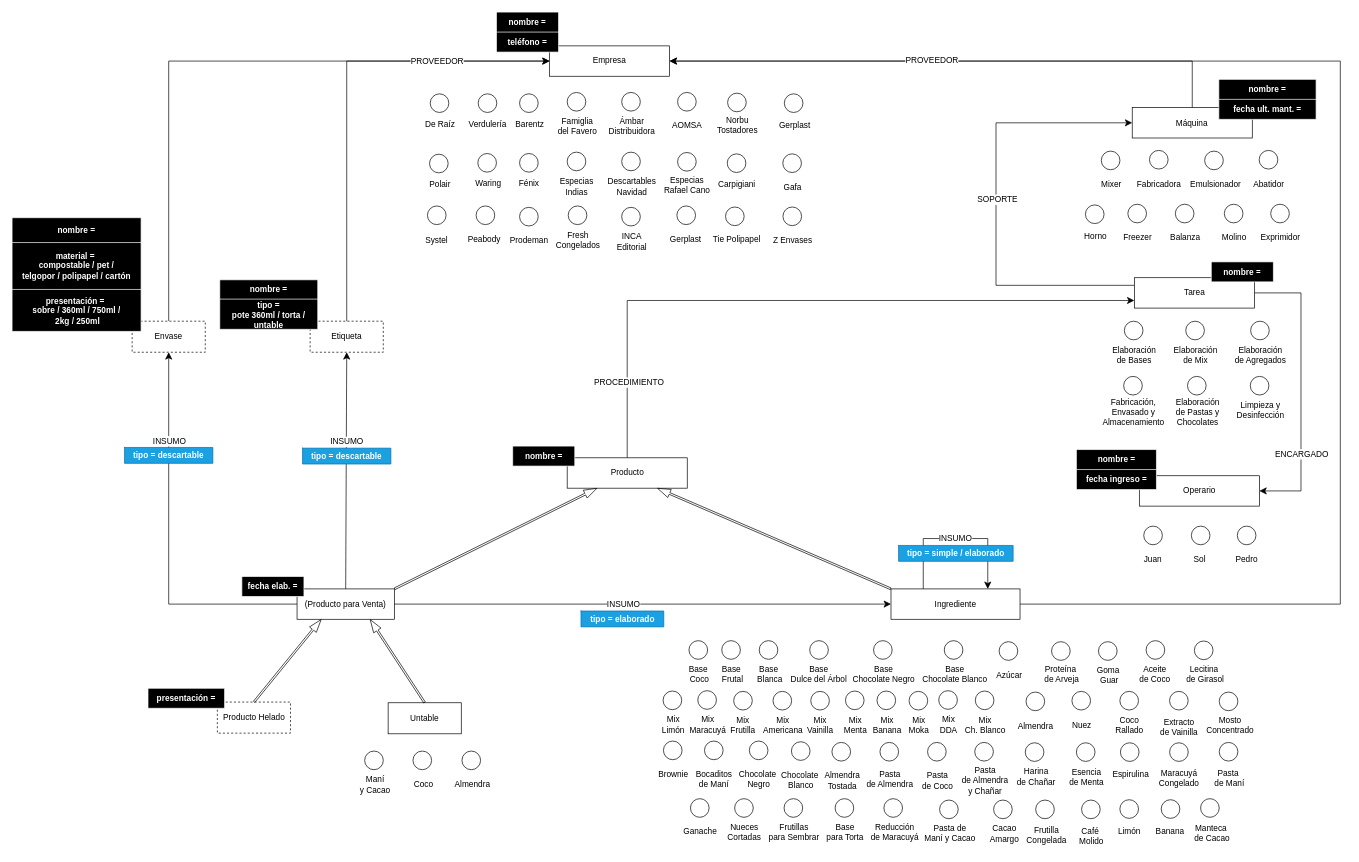
Above: Modelo Heladería.drawio in franualba/diagrams (draw.io), before the change. Source tidied: cells renumbered, new cells numbered last; positions are measured from the earlier drawing's top-left corner, leaving out a move shared by most shapes. Both pictures are drawn from the tidied source at 69%, with x=0, y=0 at pixel (12, 12).
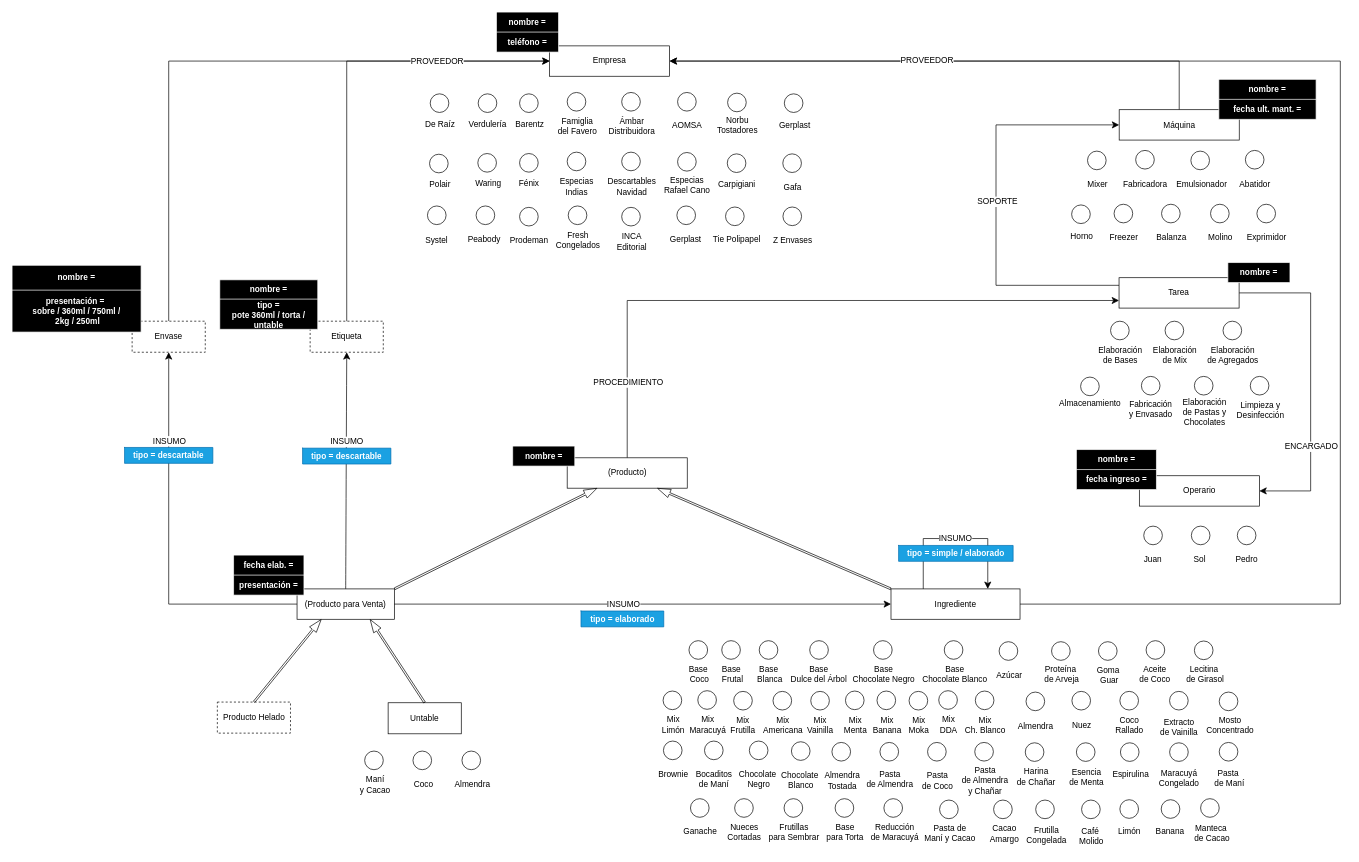
Above is the later version.

Unchanged cells that the change refers to:
```xml
<mxCell id="7" style="edgeStyle=orthogonalEdgeStyle;rounded=0;jettySize=auto;html=1;exitX=0.5;exitY=0;exitDx=0;exitDy=0;entryX=0;entryY=0.75;entryDx=0;entryDy=0;fontSize=12;startSize=8;endSize=8;" parent="1" edge="1" source="274" target="81">
  <mxGeometry relative="1" as="geometry">
    <Array as="points">
      <mxPoint x="892" y="418" />
    </Array>
  </mxGeometry>
</mxCell>
<mxCell id="98" value="Operario" style="rounded=0;whiteSpace=wrap;html=1;" parent="1" vertex="1">
  <mxGeometry x="1633.7" y="672" width="174" height="44" as="geometry" />
</mxCell>
```

The edit, as a diff of the source:
```diff
@@
     <mxCell id="8" value="PROCEDIMIENTO" style="edgeLabel;html=1;align=center;verticalAlign=middle;fontSize=12;" parent="7" vertex="1">
       <mxGeometry x="0.64" y="4" relative="1" as="geometry">
-        <mxPoint x="-560" y="122" as="offset" />
+        <mxPoint x="-542" y="122" as="offset" />
       </mxGeometry>
     </mxCell>
@@
     <mxCell id="77" style="edgeStyle=orthogonalEdgeStyle;rounded=0;jettySize=auto;html=1;exitX=1;exitY=0.5;exitDx=0;exitDy=0;entryX=1;entryY=0.5;entryDx=0;entryDy=0;fontSize=12;startSize=8;endSize=8;" parent="1" edge="1" source="81" target="98">
       <mxGeometry relative="1" as="geometry">
         <Array as="points">
-          <mxPoint x="1868" y="407" />
-          <mxPoint x="1868" y="694" />
+          <mxPoint x="1882" y="407" />
+          <mxPoint x="1882" y="694" />
         </Array>
       </mxGeometry>
     </mxCell>
@@
-    <mxCell id="79" style="edgeStyle=orthogonalEdgeStyle;rounded=0;jettySize=auto;html=1;exitX=0;exitY=0.25;exitDx=0;exitDy=0;entryX=0;entryY=0.5;entryDx=0;entryDy=0;fontSize=12;startSize=8;endSize=8;" parent="1" edge="1" source="81" target="120">
+    <mxCell id="79" style="edgeStyle=orthogonalEdgeStyle;rounded=0;jettySize=auto;html=1;exitX=0;exitY=0.25;exitDx=0;exitDy=0;fontSize=12;startSize=8;endSize=8;entryX=0;entryY=0.5;entryDx=0;entryDy=0;" parent="1" edge="1" source="81" target="120">
       <mxGeometry relative="1" as="geometry">
         <Array as="points">
           <mxPoint x="1426" y="396" />
-          <mxPoint x="1426" y="161" />
+          <mxPoint x="1426" y="164" />
+          <mxPoint x="1604" y="164" />
         </Array>
       </mxGeometry>
     </mxCell>
     <mxCell id="80" value="SOPORTE" style="edgeLabel;html=1;align=center;verticalAlign=middle;fontSize=12;" parent="79" vertex="1">
       <mxGeometry x="0.52" y="2" relative="1" as="geometry">
-        <mxPoint x="-44" y="113" as="offset" />
+        <mxPoint x="-36" y="113" as="offset" />
       </mxGeometry>
     </mxCell>
     <mxCell id="81" value="Tarea" style="rounded=0;whiteSpace=wrap;html=1;" parent="1" vertex="1">
-      <mxGeometry x="1626.5" y="385" width="174" height="44" as="geometry" />
+      <mxGeometry x="1604.3" y="385" width="174" height="44" as="geometry" />
     </mxCell>
@@
     <mxCell id="86" style="ellipse;whiteSpace=wrap;html=1;" parent="1" vertex="1">
-      <mxGeometry x="1612" y="448" width="27" height="27" as="geometry" />
+      <mxGeometry x="1592" y="448" width="27" height="27" as="geometry" />
     </mxCell>
     <mxCell id="87" value="&lt;div&gt;Elaboración&lt;/div&gt;&lt;div&gt;de Bases&lt;br&gt;&lt;/div&gt;" style="text;html=1;align=center;verticalAlign=middle;strokeColor=none;fillColor=none;fontSize=12;" parent="1" vertex="1">
-      <mxGeometry x="1585.5" y="476" width="81" height="41" as="geometry" />
+      <mxGeometry x="1565.5" y="476" width="81" height="41" as="geometry" />
     </mxCell>
     <mxCell id="88" style="ellipse;whiteSpace=wrap;html=1;" parent="1" vertex="1">
-      <mxGeometry x="1701" y="448" width="27" height="27" as="geometry" />
+      <mxGeometry x="1671" y="448" width="27" height="27" as="geometry" />
     </mxCell>
     <mxCell id="89" value="&lt;div&gt;Elaboración&lt;/div&gt;&lt;div&gt;de Mix&lt;br&gt;&lt;/div&gt;" style="text;html=1;align=center;verticalAlign=middle;strokeColor=none;fillColor=none;fontSize=12;" parent="1" vertex="1">
-      <mxGeometry x="1674.5" y="476" width="81" height="41" as="geometry" />
+      <mxGeometry x="1644.5" y="476" width="81" height="41" as="geometry" />
     </mxCell>
     <mxCell id="90" style="ellipse;whiteSpace=wrap;html=1;" parent="1" vertex="1">
-      <mxGeometry x="1611" y="528" width="27" height="27" as="geometry" />
+      <mxGeometry x="1636.7" y="528" width="27" height="27" as="geometry" />
     </mxCell>
-    <mxCell id="91" value="&lt;div&gt;Fabricación, &lt;br&gt;&lt;/div&gt;&lt;div&gt;Envasado y&lt;/div&gt;&lt;div&gt;Almacenamiento&lt;/div&gt;" style="text;html=1;align=center;verticalAlign=middle;strokeColor=none;fillColor=none;fontSize=12;" parent="1" vertex="1">
-      <mxGeometry x="1571.5" y="552" width="107" height="55" as="geometry" />
+    <mxCell id="91" value="&lt;div&gt;Fabricación &lt;br&gt;&lt;/div&gt;&lt;div&gt;y Envasado&lt;br&gt;&lt;/div&gt;" style="text;html=1;align=center;verticalAlign=middle;strokeColor=none;fillColor=none;fontSize=12;" parent="1" vertex="1">
+      <mxGeometry x="1609.7" y="555" width="81" height="41" as="geometry" />
     </mxCell>
     <mxCell id="92" style="ellipse;whiteSpace=wrap;html=1;" parent="1" vertex="1">
-      <mxGeometry x="1795" y="448" width="27" height="27" as="geometry" />
+      <mxGeometry x="1755" y="448" width="27" height="27" as="geometry" />
     </mxCell>
     <mxCell id="93" value="&lt;div&gt;Elaboración&lt;/div&gt;&lt;div&gt;de Agregados&lt;br&gt;&lt;/div&gt;" style="text;html=1;align=center;verticalAlign=middle;strokeColor=none;fillColor=none;fontSize=12;" parent="1" vertex="1">
-      <mxGeometry x="1762.5" y="476" width="93" height="41" as="geometry" />
+      <mxGeometry x="1722.5" y="476" width="93" height="41" as="geometry" />
     </mxCell>
     <mxCell id="94" style="ellipse;whiteSpace=wrap;html=1;" parent="1" vertex="1">
-      <mxGeometry x="1703.5" y="528" width="27" height="27" as="geometry" />
+      <mxGeometry x="1713.5" y="528" width="27" height="27" as="geometry" />
     </mxCell>
     <mxCell id="95" value="&lt;div&gt;Elaboración&lt;/div&gt;&lt;div&gt;de Pastas y&lt;/div&gt;&lt;div&gt;Chocolates&lt;br&gt;&lt;/div&gt;" style="text;html=1;align=center;verticalAlign=middle;strokeColor=none;fillColor=none;fontSize=12;" parent="1" vertex="1">
-      <mxGeometry x="1677" y="552" width="81" height="55" as="geometry" />
+      <mxGeometry x="1687" y="552" width="81" height="55" as="geometry" />
     </mxCell>
@@
     <mxCell id="105" style="shape=table;startSize=0;childLayout=tableLayout;fillColor=#000000;strokeColor=#FFFFFF;fontColor=#FFFFFF;labelPosition=left;verticalLabelPosition=middle;align=right;verticalAlign=middle;" parent="1" vertex="1">
-      <mxGeometry y="298" width="187" height="164.8" as="geometry" />
+      <mxGeometry y="367" width="187" height="96.8" as="geometry" />
     </mxCell>
@@
-    <mxCell id="108" style="shape=tableRow;horizontal=0;startSize=0;swimlaneHead=0;swimlaneBody=0;strokeColor=inherit;top=0;left=0;bottom=0;right=0;fillColor=none;" parent="105" vertex="1">
-      <mxGeometry y="36" width="187" height="68" as="geometry" />
-    </mxCell>
-    <mxCell id="109" value="&lt;div&gt;&lt;font style=&quot;font-size: 12px;&quot;&gt;material =&lt;/font&gt;&amp;nbsp;&lt;/div&gt;&lt;div&gt;compostable / pet / &lt;/div&gt;&lt;div&gt;telgopor / polipapel / cartón&lt;br&gt;&lt;/div&gt;" style="shape=partialRectangle;html=1;whiteSpace=wrap;strokeColor=inherit;overflow=hidden;fillColor=none;top=0;left=0;bottom=0;right=0;fontStyle=1;fontSize=12;fontColor=#FFFFFF;" parent="108" vertex="1">
-      <mxGeometry width="187" height="68" as="geometry" />
-    </mxCell>
     <mxCell id="110" style="shape=tableRow;horizontal=0;startSize=0;swimlaneHead=0;swimlaneBody=0;strokeColor=inherit;top=0;left=0;bottom=0;right=0;fillColor=none;fontColor=#FFFFFF;" parent="105" vertex="1">
-      <mxGeometry y="104" width="187" height="61" as="geometry" />
+      <mxGeometry y="36" width="187" height="61" as="geometry" />
     </mxCell>
@@
     <mxCell id="112" style="shape=table;startSize=0;childLayout=tableLayout;fillColor=#000000;strokeColor=#FFFFFF;fontColor=#FFFFFF;labelPosition=left;verticalLabelPosition=middle;align=right;verticalAlign=middle;" parent="1" vertex="1">
-      <mxGeometry x="333" y="818" width="90" height="29" as="geometry" />
+      <mxGeometry x="321" y="787" width="102" height="58" as="geometry" />
     </mxCell>
     <mxCell id="113" style="shape=tableRow;horizontal=0;startSize=0;swimlaneHead=0;swimlaneBody=0;strokeColor=inherit;top=0;left=0;bottom=0;right=0;fillColor=none;" parent="112" vertex="1">
-      <mxGeometry width="90" height="29" as="geometry" />
+      <mxGeometry width="102" height="29" as="geometry" />
     </mxCell>
     <mxCell id="114" value="&lt;font color=&quot;#ffffff&quot;&gt;fecha elab. =&lt;br&gt;&lt;/font&gt;" style="shape=partialRectangle;html=1;whiteSpace=wrap;strokeColor=inherit;overflow=hidden;fillColor=none;top=0;left=0;bottom=0;right=0;fontStyle=1;fontSize=12;" parent="113" vertex="1">
-      <mxGeometry width="90" height="29" as="geometry" />
+      <mxGeometry width="102" height="29" as="geometry" />
     </mxCell>
-    <mxCell id="115" style="shape=table;startSize=0;childLayout=tableLayout;fillColor=#000000;strokeColor=#FFFFFF;fontColor=#FFFFFF;labelPosition=left;verticalLabelPosition=middle;align=right;verticalAlign=middle;" parent="1" vertex="1">
-      <mxGeometry x="197" y="980" width="111" height="29" as="geometry" />
-    </mxCell>
-    <mxCell id="116" style="shape=tableRow;horizontal=0;startSize=0;swimlaneHead=0;swimlaneBody=0;strokeColor=inherit;top=0;left=0;bottom=0;right=0;fillColor=none;" parent="115" vertex="1">
-      <mxGeometry width="111" height="29" as="geometry" />
-    </mxCell>
+    <mxCell id="280" style="shape=tableRow;horizontal=0;startSize=0;swimlaneHead=0;swimlaneBody=0;strokeColor=inherit;top=0;left=0;bottom=0;right=0;fillColor=none;" parent="112" vertex="1">
+      <mxGeometry y="29" width="102" height="29" as="geometry" />
+    </mxCell>
-    <mxCell id="117" value="&lt;font color=&quot;#ffffff&quot;&gt;presentación =&lt;br&gt;&lt;/font&gt;" style="shape=partialRectangle;html=1;whiteSpace=wrap;strokeColor=inherit;overflow=hidden;fillColor=none;top=0;left=0;bottom=0;right=0;fontStyle=1;fontSize=12;" parent="116" vertex="1">
-      <mxGeometry width="111" height="29" as="geometry" />
+    <mxCell id="117" value="&lt;font color=&quot;#ffffff&quot;&gt;presentación =&lt;br&gt;&lt;/font&gt;" style="shape=partialRectangle;html=1;whiteSpace=wrap;strokeColor=inherit;overflow=hidden;fillColor=none;top=0;left=0;bottom=0;right=0;fontStyle=1;fontSize=12;" parent="280" vertex="1">
+      <mxGeometry width="102" height="29" as="geometry" />
     </mxCell>
@@
     <mxCell id="120" value="Máquina" style="rounded=0;whiteSpace=wrap;html=1;" parent="1" vertex="1">
-      <mxGeometry x="1623.4" y="138.5" width="174" height="44" as="geometry" />
+      <mxGeometry x="1604.5" y="141.5" width="174" height="44" as="geometry" />
     </mxCell>
@@
     <mxCell id="122" style="ellipse;whiteSpace=wrap;html=1;" parent="1" vertex="1">
-      <mxGeometry x="1578.6" y="201.5" width="27" height="27" as="geometry" />
+      <mxGeometry x="1558.6" y="201.5" width="27" height="27" as="geometry" />
     </mxCell>
     <mxCell id="123" value="Mixer" style="text;html=1;align=center;verticalAlign=middle;strokeColor=none;fillColor=none;fontSize=12;" parent="1" vertex="1">
-      <mxGeometry x="1569.1" y="236.5" width="47" height="26" as="geometry" />
+      <mxGeometry x="1549.1" y="236.5" width="47" height="26" as="geometry" />
     </mxCell>
     <mxCell id="124" style="ellipse;whiteSpace=wrap;html=1;" parent="1" vertex="1">
-      <mxGeometry x="1648.4" y="200.5" width="27" height="27" as="geometry" />
+      <mxGeometry x="1628.4" y="200.5" width="27" height="27" as="geometry" />
     </mxCell>
     <mxCell id="125" value="Fabricadora" style="text;html=1;align=center;verticalAlign=middle;strokeColor=none;fillColor=none;fontSize=12;" parent="1" vertex="1">
-      <mxGeometry x="1620.9" y="236.5" width="82" height="26" as="geometry" />
+      <mxGeometry x="1600.9" y="236.5" width="82" height="26" as="geometry" />
     </mxCell>
     <mxCell id="126" style="ellipse;whiteSpace=wrap;html=1;" parent="1" vertex="1">
-      <mxGeometry x="1728.4" y="201.5" width="27" height="27" as="geometry" />
+      <mxGeometry x="1708.4" y="201.5" width="27" height="27" as="geometry" />
     </mxCell>
     <mxCell id="127" value="Emulsionador" style="text;html=1;align=center;verticalAlign=middle;strokeColor=none;fillColor=none;fontSize=12;" parent="1" vertex="1">
-      <mxGeometry x="1698.9" y="236.5" width="91" height="26" as="geometry" />
+      <mxGeometry x="1678.9" y="236.5" width="91" height="26" as="geometry" />
     </mxCell>
     <mxCell id="128" style="ellipse;whiteSpace=wrap;html=1;" parent="1" vertex="1">
-      <mxGeometry x="1807.4" y="200.5" width="27" height="27" as="geometry" />
+      <mxGeometry x="1787.4" y="200.5" width="27" height="27" as="geometry" />
     </mxCell>
     <mxCell id="129" value="Abatidor" style="text;html=1;align=center;verticalAlign=middle;strokeColor=none;fillColor=none;fontSize=12;" parent="1" vertex="1">
-      <mxGeometry x="1789.9" y="236.5" width="63" height="26" as="geometry" />
+      <mxGeometry x="1769.9" y="236.5" width="63" height="26" as="geometry" />
     </mxCell>
     <mxCell id="130" style="ellipse;whiteSpace=wrap;html=1;" parent="1" vertex="1">
-      <mxGeometry x="1617.1" y="278.5" width="27" height="27" as="geometry" />
+      <mxGeometry x="1597.1" y="278.5" width="27" height="27" as="geometry" />
     </mxCell>
     <mxCell id="131" value="Freezer" style="text;html=1;align=center;verticalAlign=middle;strokeColor=none;fillColor=none;fontSize=12;" parent="1" vertex="1">
-      <mxGeometry x="1601.6" y="313.5" width="59" height="26" as="geometry" />
+      <mxGeometry x="1581.6" y="313.5" width="59" height="26" as="geometry" />
     </mxCell>
     <mxCell id="132" style="ellipse;whiteSpace=wrap;html=1;" parent="1" vertex="1">
-      <mxGeometry x="1685.9" y="278.5" width="27" height="27" as="geometry" />
+      <mxGeometry x="1665.9" y="278.5" width="27" height="27" as="geometry" />
     </mxCell>
     <mxCell id="133" value="Balanza" style="text;html=1;align=center;verticalAlign=middle;strokeColor=none;fillColor=none;fontSize=12;" parent="1" vertex="1">
-      <mxGeometry x="1669.4" y="313.5" width="61" height="26" as="geometry" />
+      <mxGeometry x="1649.4" y="313.5" width="61" height="26" as="geometry" />
     </mxCell>
     <mxCell id="134" style="ellipse;whiteSpace=wrap;html=1;" parent="1" vertex="1">
-      <mxGeometry x="1756.9" y="278.5" width="27" height="27" as="geometry" />
+      <mxGeometry x="1736.9" y="278.5" width="27" height="27" as="geometry" />
     </mxCell>
     <mxCell id="135" value="Molino" style="text;html=1;align=center;verticalAlign=middle;strokeColor=none;fillColor=none;fontSize=12;" parent="1" vertex="1">
-      <mxGeometry x="1744.4" y="313.5" width="53" height="26" as="geometry" />
+      <mxGeometry x="1724.4" y="313.5" width="53" height="26" as="geometry" />
     </mxCell>
     <mxCell id="136" style="ellipse;whiteSpace=wrap;html=1;" parent="1" vertex="1">
-      <mxGeometry x="1824.1" y="278.5" width="27" height="27" as="geometry" />
+      <mxGeometry x="1804.1" y="278.5" width="27" height="27" as="geometry" />
     </mxCell>
     <mxCell id="137" value="Exprimidor" style="text;html=1;align=center;verticalAlign=middle;strokeColor=none;fillColor=none;fontSize=12;" parent="1" vertex="1">
-      <mxGeometry x="1800.6" y="313.5" width="75" height="26" as="geometry" />
+      <mxGeometry x="1780.6" y="313.5" width="75" height="26" as="geometry" />
     </mxCell>
@@
     <mxCell id="184" style="shape=table;startSize=0;childLayout=tableLayout;fillColor=#000000;strokeColor=#FFFFFF;fontColor=#FFFFFF;labelPosition=left;verticalLabelPosition=middle;align=right;verticalAlign=middle;" parent="1" vertex="1">
-      <mxGeometry x="1738" y="362" width="90" height="29" as="geometry" />
+      <mxGeometry x="1762" y="363" width="90" height="29" as="geometry" />
     </mxCell>
@@
     <mxCell id="234" style="ellipse;whiteSpace=wrap;html=1;" parent="1" vertex="1">
-      <mxGeometry x="1555.6" y="279.5" width="27" height="27" as="geometry" />
+      <mxGeometry x="1535.6" y="279.5" width="27" height="27" as="geometry" />
     </mxCell>
     <mxCell id="235" value="Horno" style="text;html=1;align=center;verticalAlign=middle;strokeColor=none;fillColor=none;fontSize=12;" parent="1" vertex="1">
-      <mxGeometry x="1544.1" y="312.5" width="51" height="26" as="geometry" />
+      <mxGeometry x="1524.1" y="312.5" width="51" height="26" as="geometry" />
     </mxCell>
@@
-    <mxCell id="274" value="Producto" style="rounded=0;whiteSpace=wrap;html=1;" parent="1" vertex="1">
+    <mxCell id="274" value="(Producto)" style="rounded=0;whiteSpace=wrap;html=1;" parent="1" vertex="1">
       <mxGeometry x="804.5" y="646" width="174" height="44" as="geometry" />
     </mxCell>
@@
+    <mxCell id="281" style="ellipse;whiteSpace=wrap;html=1;" parent="1" vertex="1">
+      <mxGeometry x="1548.6" y="529" width="27" height="27" as="geometry" />
+    </mxCell>
+    <mxCell id="282" value="Almacenamiento" style="text;html=1;align=center;verticalAlign=middle;strokeColor=none;fillColor=none;fontSize=12;" parent="1" vertex="1">
+      <mxGeometry x="1508.6" y="555" width="107" height="26" as="geometry" />
+    </mxCell>
```
